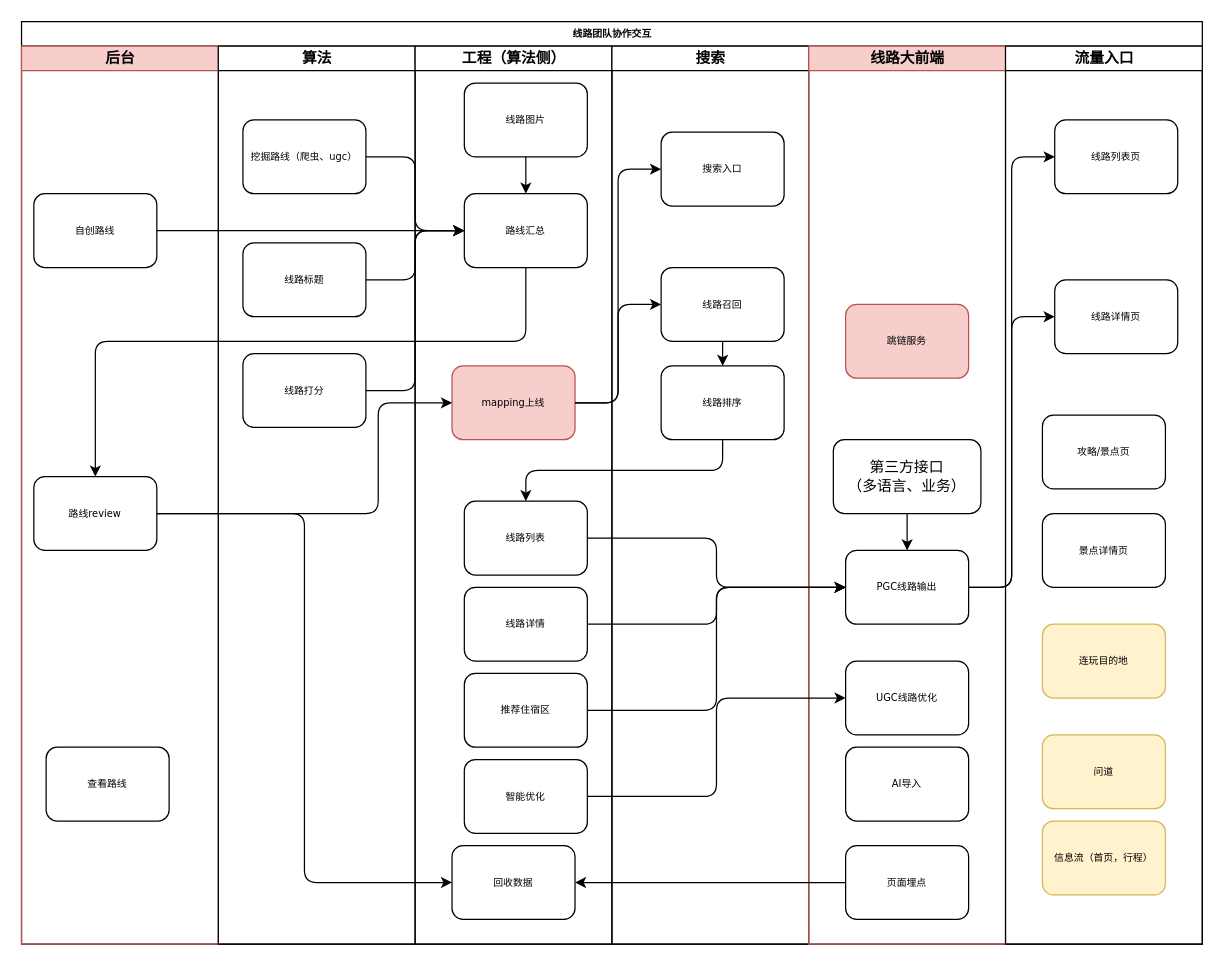
Above: page "PGC线路团队协作图" (1 of 3) of 线路数据流.drawio in tsafo/demo (draw.io), before the change. Source tidied: cells renumbered, new cells numbered last; positions are measured from the earlier drawing's top-left corner, leaving out a move shared by most shapes. Both pictures are drawn from the tidied source at 123%, with x=0, y=0 at pixel (21, 21).
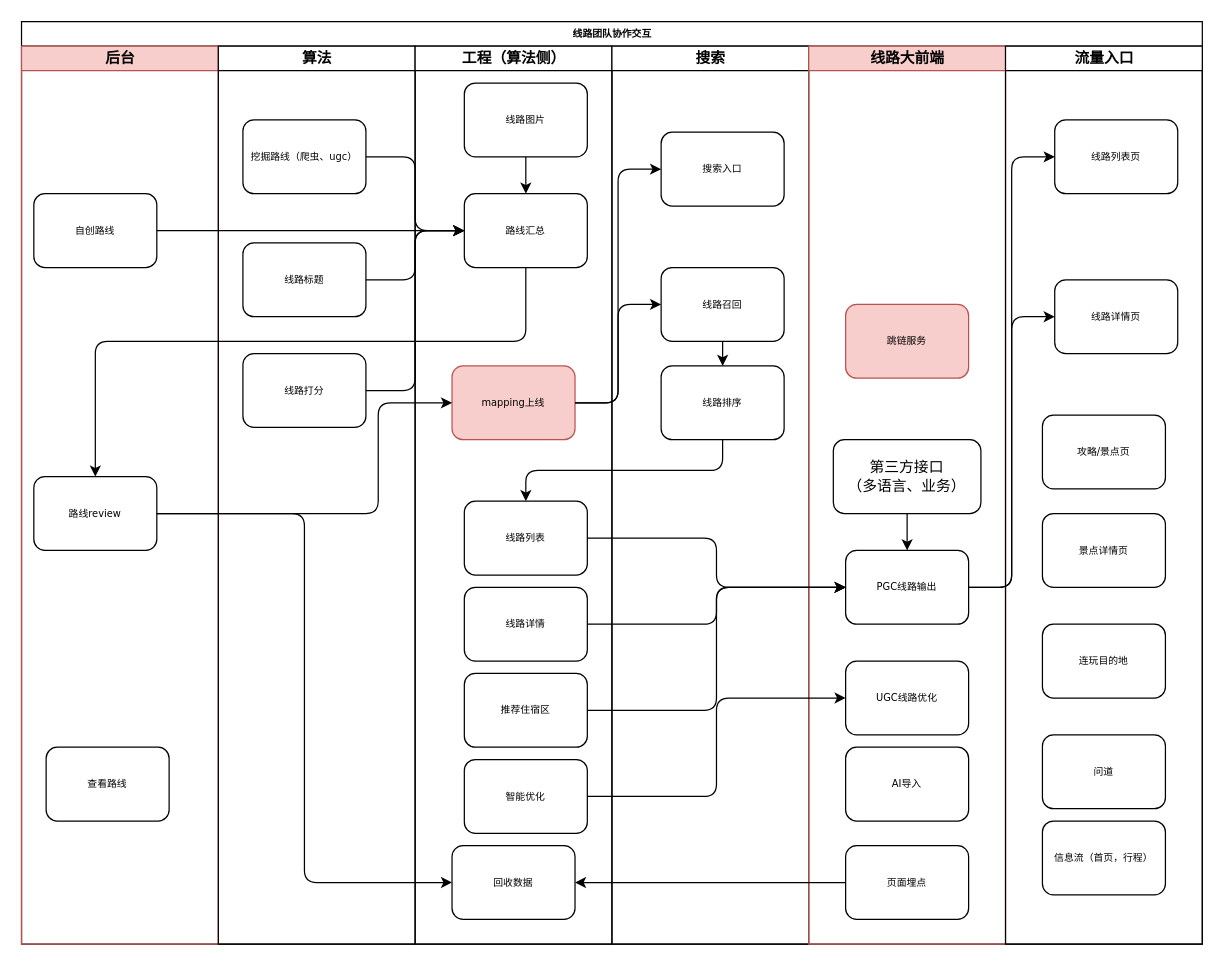
Above is the later version.

The change refers to these unchanged cells:
```xml
<mxCell id="34" value="流量入口" style="swimlane;html=1;startSize=20;" parent="2" vertex="1">
  <mxGeometry x="800" y="20" width="160" height="730" as="geometry" />
</mxCell>
```

What changed in the source:
```diff
@@
-    <mxCell id="35" value="连玩目的地" style="rounded=1;whiteSpace=wrap;html=1;shadow=0;labelBackgroundColor=none;strokeWidth=1;fontFamily=Verdana;fontSize=8;align=center;fillColor=#fff2cc;strokeColor=#d6b656;" parent="34" vertex="1">
+    <mxCell id="35" value="连玩目的地" style="rounded=1;whiteSpace=wrap;html=1;shadow=0;labelBackgroundColor=none;strokeWidth=1;fontFamily=Verdana;fontSize=8;align=center;" parent="34" vertex="1">
       <mxGeometry x="30" y="470" width="100" height="60" as="geometry" />
     </mxCell>
@@
-    <mxCell id="40" value="问道" style="rounded=1;whiteSpace=wrap;html=1;shadow=0;labelBackgroundColor=none;strokeWidth=1;fontFamily=Verdana;fontSize=8;align=center;fillColor=#fff2cc;strokeColor=#d6b656;" parent="34" vertex="1">
+    <mxCell id="40" value="问道" style="rounded=1;whiteSpace=wrap;html=1;shadow=0;labelBackgroundColor=none;strokeWidth=1;fontFamily=Verdana;fontSize=8;align=center;" parent="34" vertex="1">
       <mxGeometry x="30" y="560" width="100" height="60" as="geometry" />
     </mxCell>
-    <mxCell id="41" value="信息流（首页，行程）" style="rounded=1;whiteSpace=wrap;html=1;shadow=0;labelBackgroundColor=none;strokeWidth=1;fontFamily=Verdana;fontSize=8;align=center;fillColor=#fff2cc;strokeColor=#d6b656;" parent="34" vertex="1">
+    <mxCell id="41" value="信息流（首页，行程）" style="rounded=1;whiteSpace=wrap;html=1;shadow=0;labelBackgroundColor=none;strokeWidth=1;fontFamily=Verdana;fontSize=8;align=center;" parent="34" vertex="1">
       <mxGeometry x="30" y="630" width="100" height="60" as="geometry" />
     </mxCell>
```
